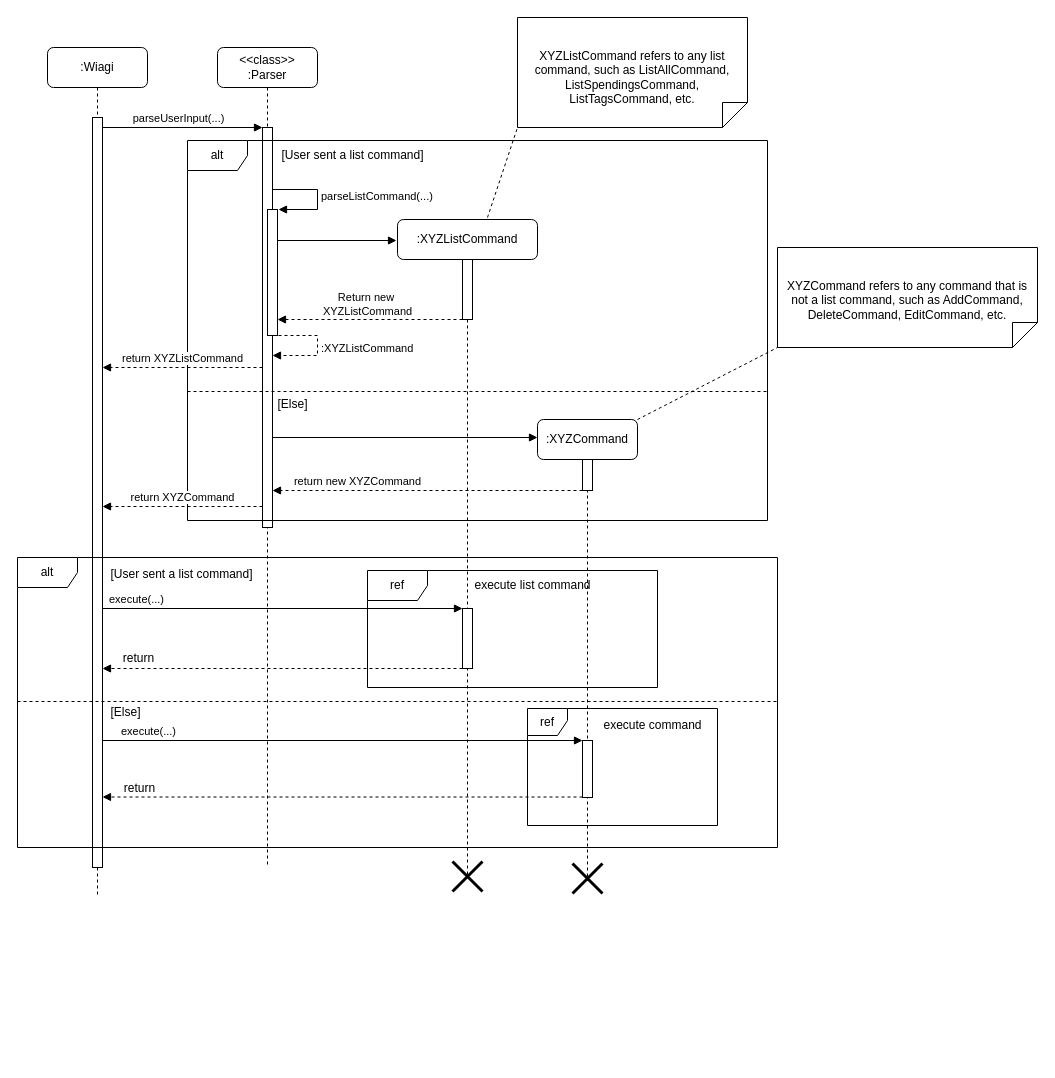
Above: docs/Diagrams/Commands/commandHandling.drawio in wongwh2002/CS2113TeamProject (draw.io), before the change. Source tidied: cells renumbered, new cells numbered last; positions are measured from the earlier drawing's top-left corner, leaving out a move shared by most shapes. Both pictures are drawn from the tidied source at 100%, with x=0, y=0 at pixel (17, 17).
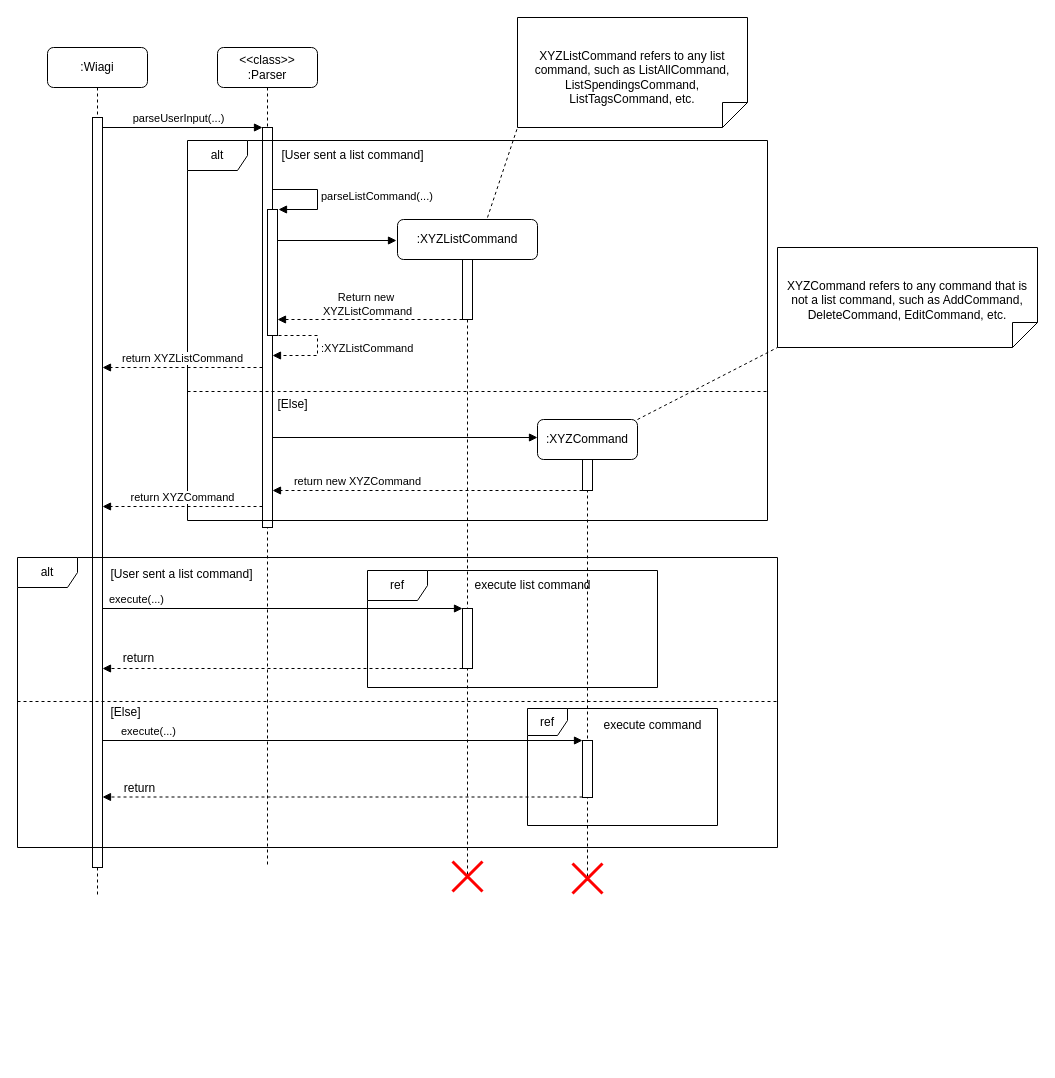
After the change.

Unchanged cells that the change refers to:
```xml
<mxCell id="21" style="group;" parent="1" vertex="1">
  <mxGeometry x="170" y="123" width="580" height="920" as="geometry" />
</mxCell>
```

Change to the diagram source:
```diff
@@
-    <mxCell id="31" style="shape=umlDestroy;whiteSpace=wrap;html=1;strokeWidth=3;targetShapes=umlLifeline;" parent="21" vertex="1">
+    <mxCell id="31" style="shape=umlDestroy;whiteSpace=wrap;html=1;strokeWidth=3;targetShapes=umlLifeline;strokeColor=#FF0000;" parent="21" vertex="1">
       <mxGeometry x="265" y="721" width="30" height="30" as="geometry" />
     </mxCell>
-    <mxCell id="32" style="shape=umlDestroy;whiteSpace=wrap;html=1;strokeWidth=3;targetShapes=umlLifeline;" parent="21" vertex="1">
+    <mxCell id="32" style="shape=umlDestroy;whiteSpace=wrap;html=1;strokeWidth=3;targetShapes=umlLifeline;strokeColor=#FF0000;" parent="21" vertex="1">
       <mxGeometry x="385" y="723" width="30" height="30" as="geometry" />
     </mxCell>
```
